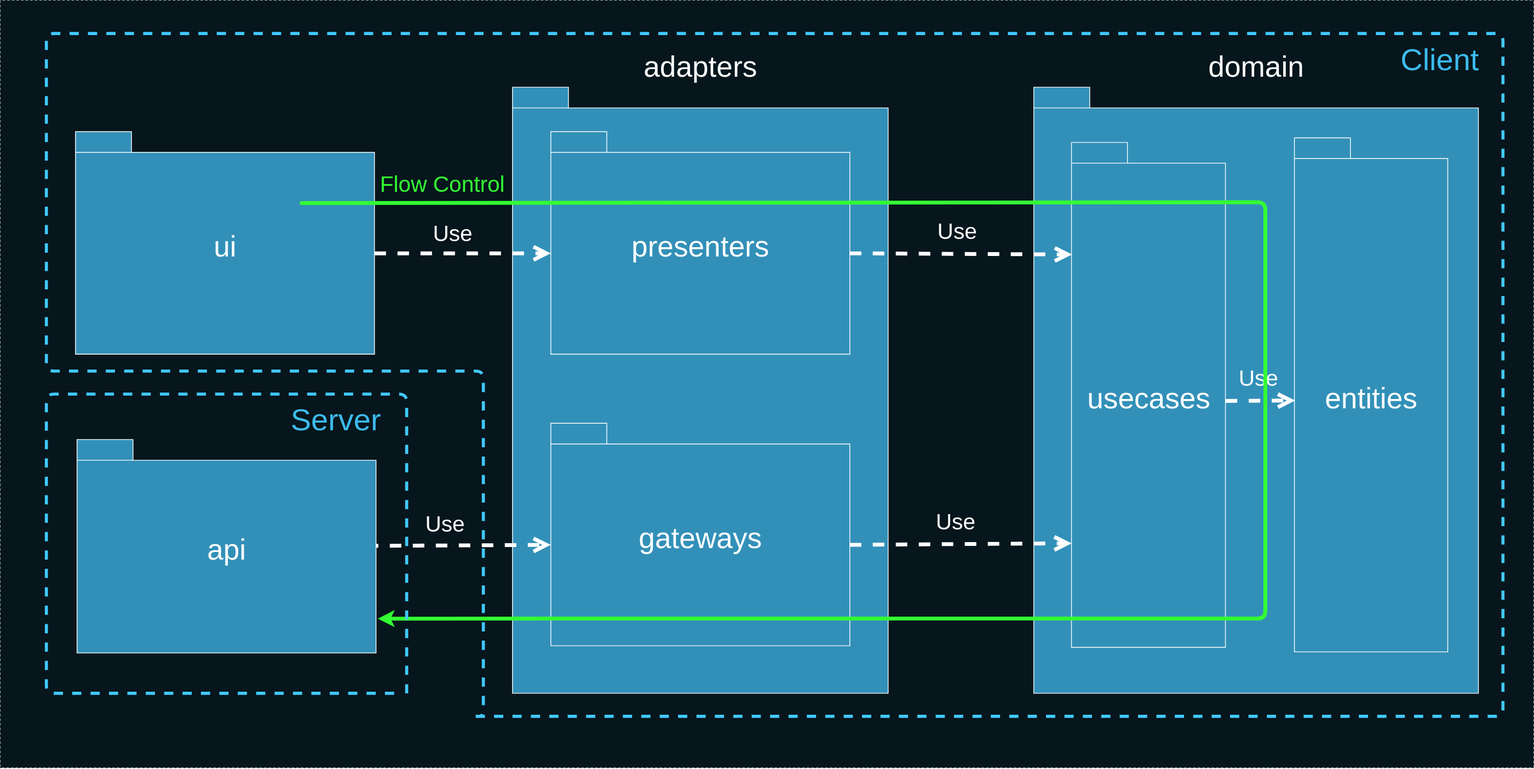
Earlier version of the draw.io export deck/ru/diagrams/packagesDependenciesFlowControl.svg (AlexanderLapygin/ca-react-rest-api-starter). Source tidied: cells renumbered, new cells last; positions are measured from the earlier drawing's top-left corner, leaving out a move shared by most shapes.
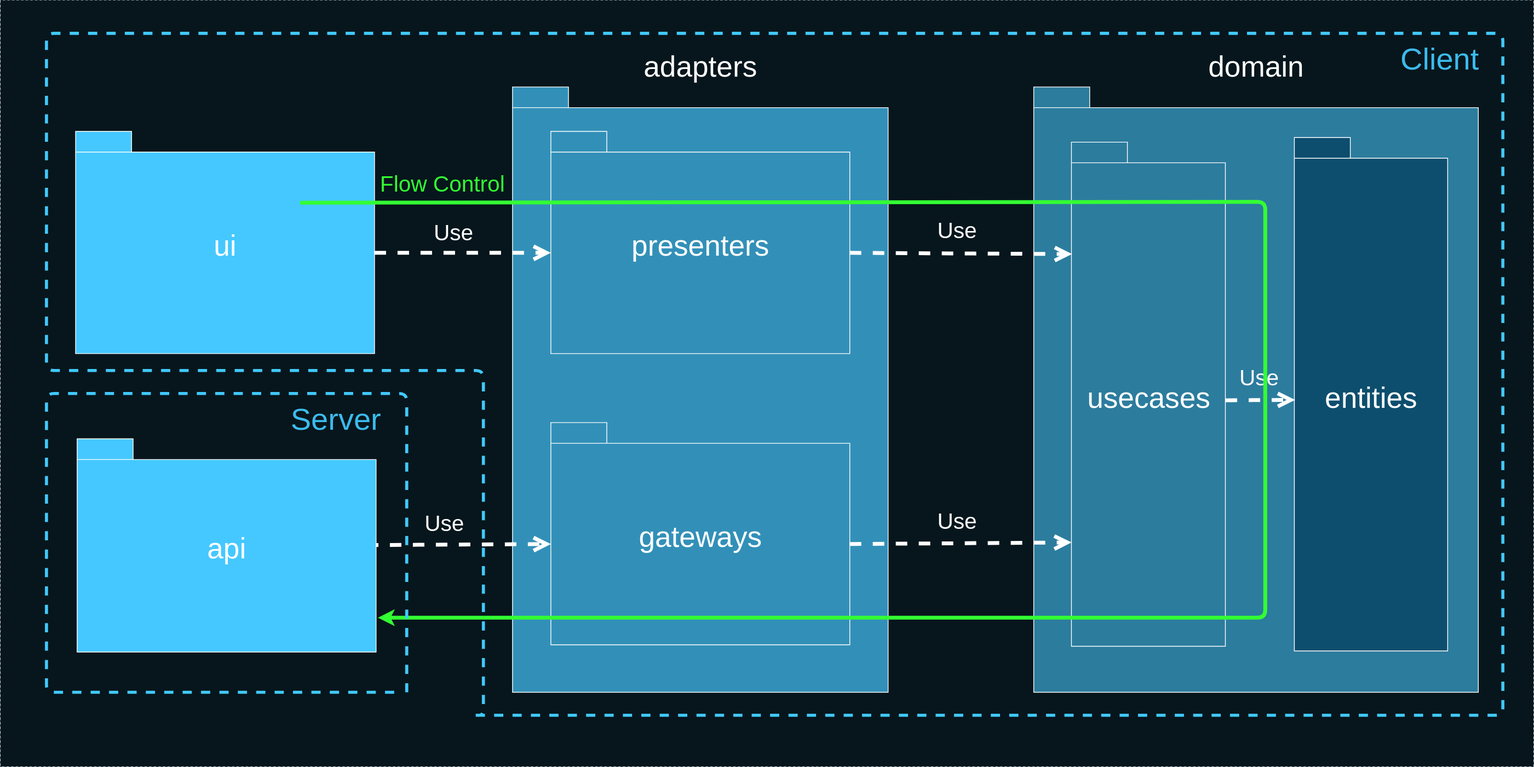
Above is the later version.

Change to the diagram source:
```diff
@@ -5,7 +5,7 @@
     <mxCell id="2" style="rounded=0;whiteSpace=wrap;html=1;fillColor=#07161C;fontSize=30;fontColor=#FFFFFF;strokeColor=#0C242E;dashed=1;" parent="1" vertex="1">
       <mxGeometry y="-0.1" width="2000" height="1000" as="geometry" />
     </mxCell>
-    <mxCell id="3" value="&lt;font color=&quot;#ffffff&quot; style=&quot;font-size: 38px&quot;&gt;ui&lt;/font&gt;" style="shape=folder;fontStyle=0;spacingTop=10;tabWidth=73;tabHeight=27;tabPosition=left;html=1;strokeColor=#FFFFFF;fillColor=#3290B8;" parent="1" vertex="1">
+    <mxCell id="3" value="&lt;font color=&quot;#ffffff&quot; style=&quot;font-size: 38px&quot;&gt;ui&lt;/font&gt;" style="shape=folder;fontStyle=0;spacingTop=10;tabWidth=73;tabHeight=27;tabPosition=left;html=1;strokeColor=#FFFFFF;fillColor=#45C8FF;" parent="1" vertex="1">
       <mxGeometry x="98" y="171" width="390" height="290" as="geometry" />
     </mxCell>
     <mxCell id="4" style="group;" parent="1" vertex="1">
@@ -23,13 +23,13 @@
     <mxCell id="8" style="group;" parent="1" vertex="1">
       <mxGeometry x="1348" y="113" width="580" height="790" as="geometry" />
     </mxCell>
-    <mxCell id="9" value="&lt;font color=&quot;#ffffff&quot; style=&quot;font-size: 38px&quot;&gt;domain&lt;/font&gt;" style="shape=folder;fontStyle=0;spacingTop=10;tabWidth=73;tabHeight=27;tabPosition=left;html=1;strokeColor=#FFFFFF;fillColor=#3290B8;labelPosition=center;verticalLabelPosition=top;align=center;verticalAlign=bottom;" parent="8" vertex="1">
+    <mxCell id="9" value="&lt;font color=&quot;#ffffff&quot; style=&quot;font-size: 38px&quot;&gt;domain&lt;/font&gt;" style="shape=folder;fontStyle=0;spacingTop=10;tabWidth=73;tabHeight=27;tabPosition=left;html=1;strokeColor=#FFFFFF;fillColor=#2C7C9E;labelPosition=center;verticalLabelPosition=top;align=center;verticalAlign=bottom;" parent="8" vertex="1">
       <mxGeometry width="580" height="790" as="geometry" />
     </mxCell>
-    <mxCell id="10" value="&lt;font color=&quot;#ffffff&quot; style=&quot;font-size: 38px&quot;&gt;entities&lt;/font&gt;" style="shape=folder;fontStyle=0;spacingTop=10;tabWidth=73;tabHeight=27;tabPosition=left;html=1;strokeColor=#FFFFFF;fillColor=#3290B8;" parent="8" vertex="1">
+    <mxCell id="10" value="&lt;font color=&quot;#ffffff&quot; style=&quot;font-size: 38px&quot;&gt;entities&lt;/font&gt;" style="shape=folder;fontStyle=0;spacingTop=10;tabWidth=73;tabHeight=27;tabPosition=left;html=1;strokeColor=#FFFFFF;fillColor=#0D4E6E;" parent="8" vertex="1">
       <mxGeometry x="340" y="66" width="200" height="670" as="geometry" />
     </mxCell>
-    <mxCell id="11" value="&lt;font color=&quot;#ffffff&quot; style=&quot;font-size: 38px&quot;&gt;usecases&lt;/font&gt;" style="shape=folder;fontStyle=0;spacingTop=10;tabWidth=73;tabHeight=27;tabPosition=left;html=1;strokeColor=#FFFFFF;fillColor=#3290B8;" parent="8" vertex="1">
+    <mxCell id="11" value="&lt;font color=&quot;#ffffff&quot; style=&quot;font-size: 38px&quot;&gt;usecases&lt;/font&gt;" style="shape=folder;fontStyle=0;spacingTop=10;tabWidth=73;tabHeight=27;tabPosition=left;html=1;strokeColor=#FFFFFF;fillColor=#2C7C9E;" parent="8" vertex="1">
       <mxGeometry x="49.2" y="72" width="200.8" height="658" as="geometry" />
     </mxCell>
     <mxCell id="12" value="Use" style="endArrow=open;endSize=12;dashed=1;html=1;strokeColor=#FFFFFF;strokeWidth=5;fontSize=29;fontColor=#FFFFFF;labelBackgroundColor=none;exitX=1.002;exitY=0.512;exitDx=0;exitDy=0;exitPerimeter=0;entryX=0.005;entryY=0.511;entryDx=0;entryDy=0;entryPerimeter=0;" parent="8" edge="1" source="11" target="10">
@@ -90,7 +90,7 @@
     <mxCell id="23" style="group;" parent="1" vertex="1">
       <mxGeometry x="60" y="513" width="484" height="390" as="geometry" />
     </mxCell>
-    <mxCell id="24" value="&lt;font color=&quot;#ffffff&quot; style=&quot;font-size: 38px;&quot;&gt;api&lt;/font&gt;" style="shape=folder;fontStyle=0;spacingTop=10;tabWidth=73;tabHeight=27;tabPosition=left;html=1;strokeColor=#FFFFFF;fillColor=#3290B8;" parent="23" vertex="1">
+    <mxCell id="24" value="&lt;font color=&quot;#ffffff&quot; style=&quot;font-size: 38px;&quot;&gt;api&lt;/font&gt;" style="shape=folder;fontStyle=0;spacingTop=10;tabWidth=73;tabHeight=27;tabPosition=left;html=1;strokeColor=#FFFFFF;fillColor=#45C8FF;" parent="23" vertex="1">
       <mxGeometry x="40" y="59.2" width="390" height="278.2" as="geometry" />
     </mxCell>
     <mxCell id="25" style="group;" parent="23" vertex="1">
```
